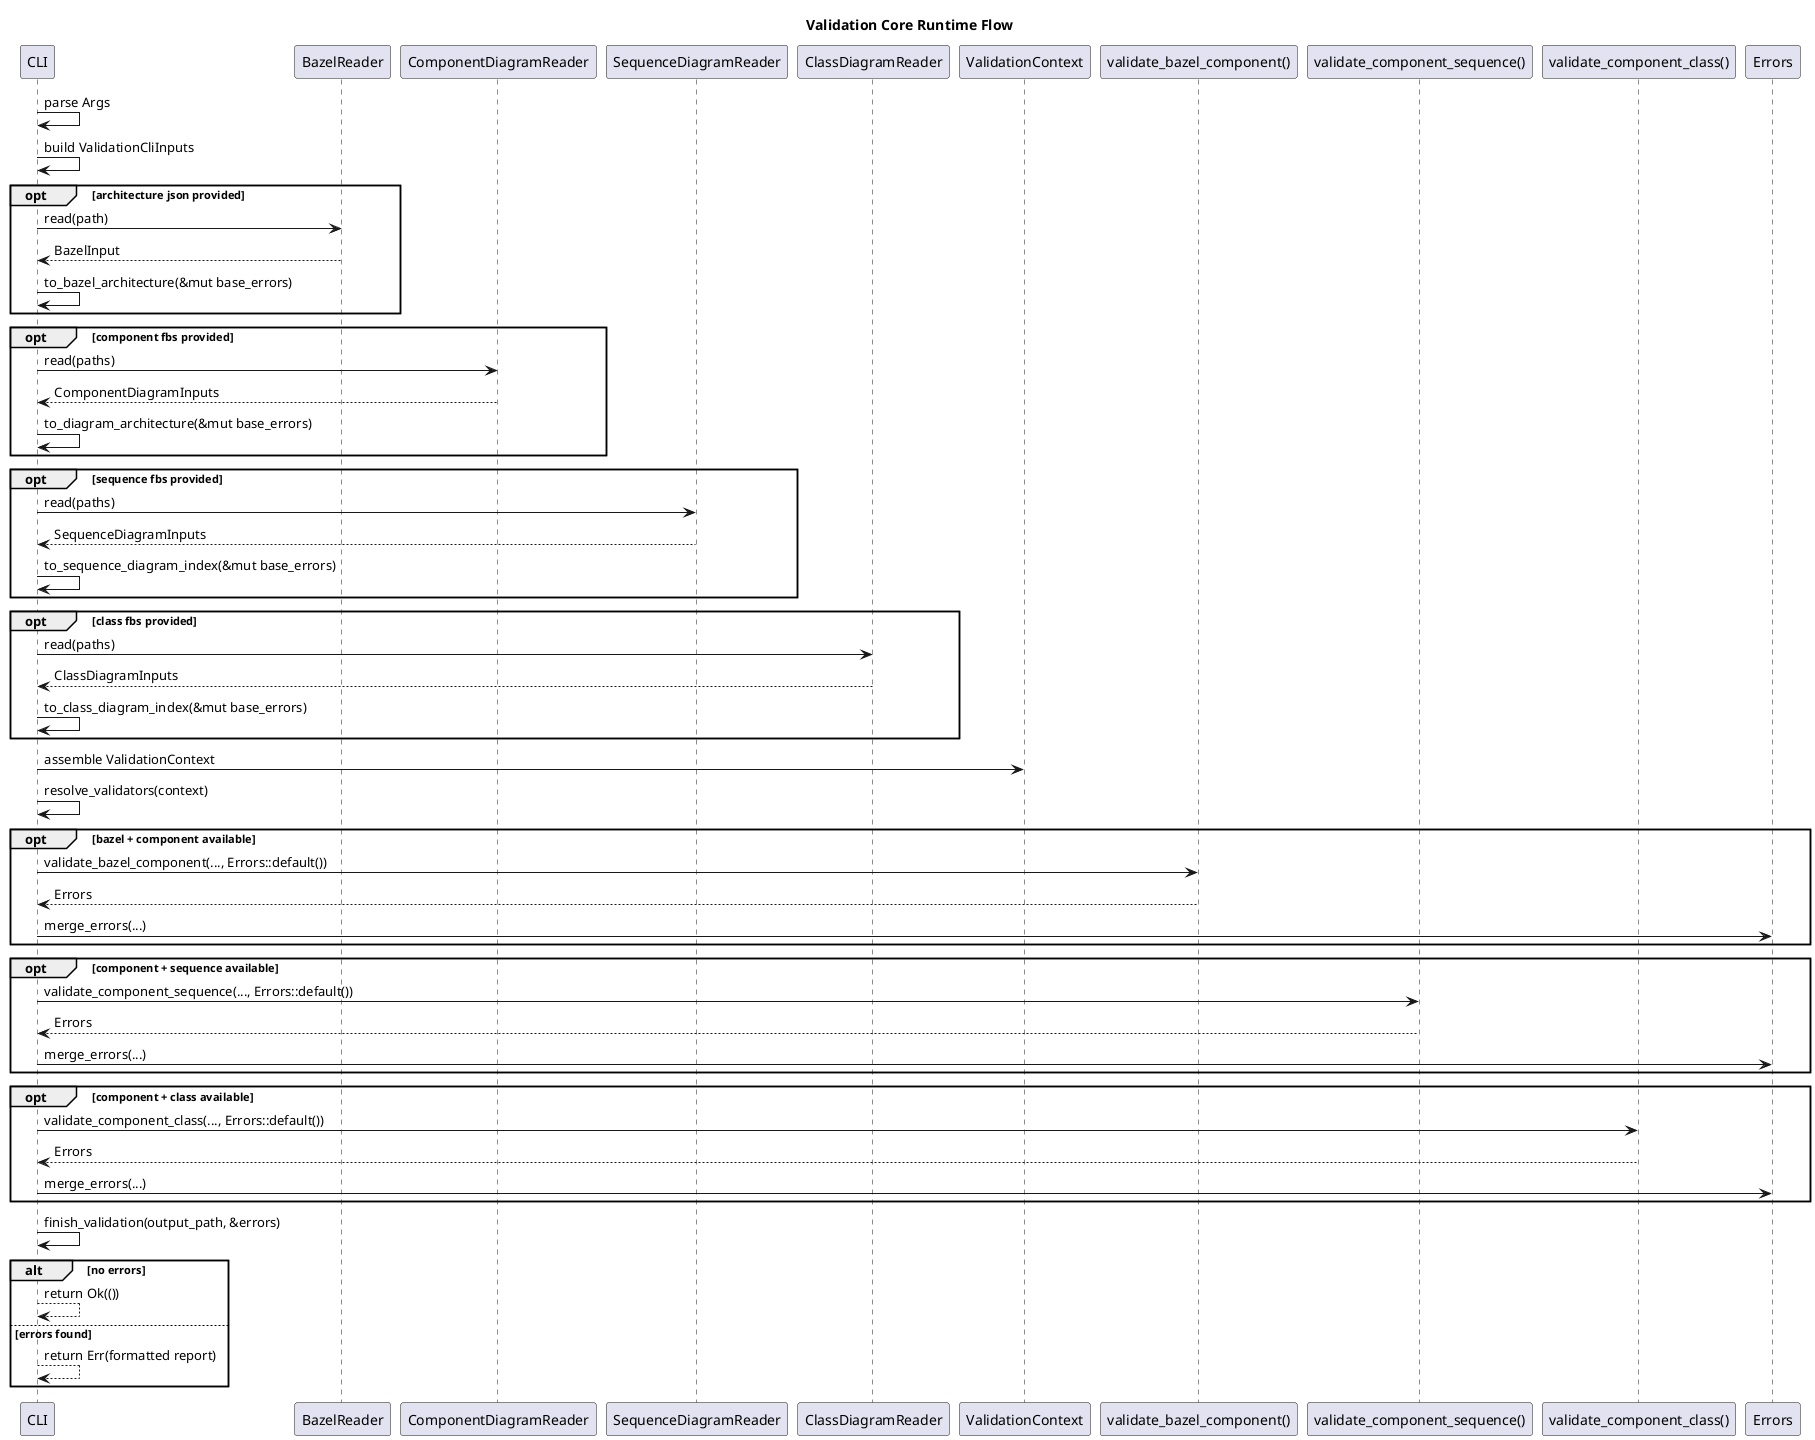
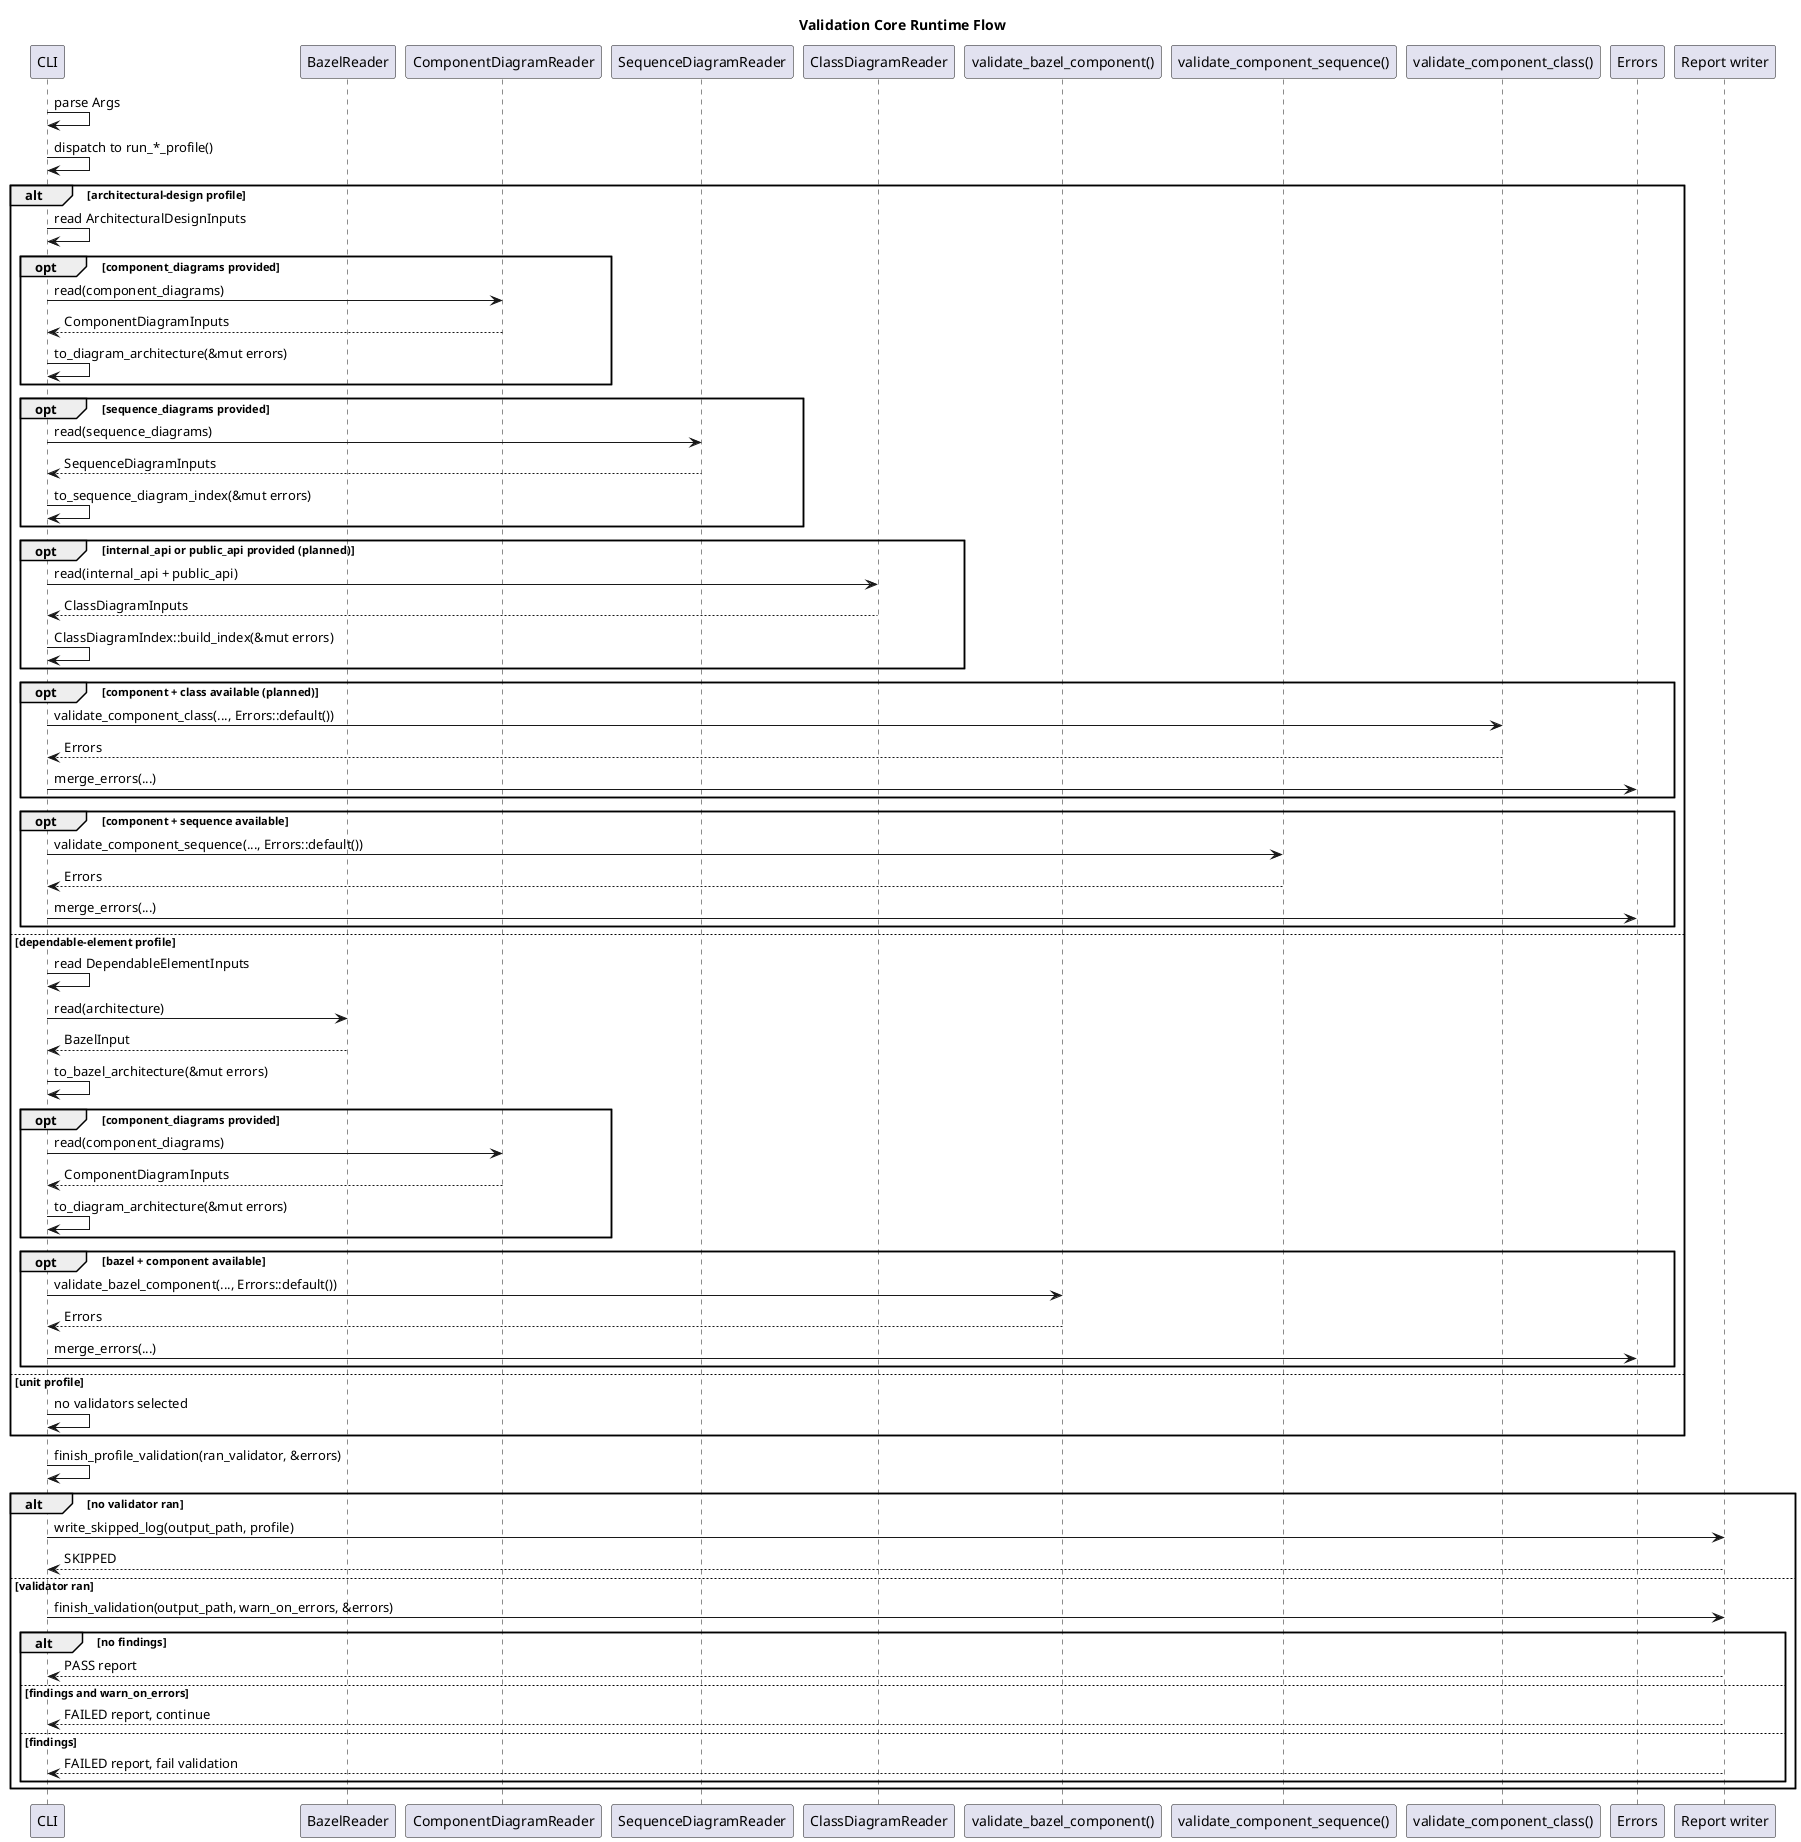
' *******************************************************************************
' Copyright (c) 2026 Contributors to the Eclipse Foundation
'
' See the NOTICE file(s) distributed with this work for additional
' information regarding copyright ownership.
'
' This program and the accompanying materials are made available under the
' terms of the Apache License Version 2.0 which is available at
' https://www.apache.org/licenses/LICENSE-2.0
'
' SPDX-License-Identifier: Apache-2.0
' *******************************************************************************

@startuml validation_core_flow
title Validation Core Runtime Flow

participant "CLI" as cli
participant "BazelReader" as bazel_reader
participant "ComponentDiagramReader" as component_reader
participant "SequenceDiagramReader" as sequence_reader
participant "ClassDiagramReader" as class_reader
- participant "ValidationContext" as context
participant "validate_bazel_component()" as bazel_validator
participant "validate_component_sequence()" as sequence_validator
participant "validate_component_class()" as class_validator
participant "Errors" as errors
+ participant "Report writer" as report_writer

cli -> cli: parse Args
- cli -> cli: build ValidationCliInputs
+ cli -> cli: dispatch to run_*_profile()

- opt architecture json provided
-   cli -> bazel_reader: read(path)
+ alt architectural-design profile
+   cli -> cli: read ArchitecturalDesignInputs
+ 
+   opt component_diagrams provided
+     cli -> component_reader: read(component_diagrams)
+     component_reader --> cli: ComponentDiagramInputs
+     cli -> cli: to_diagram_architecture(&mut errors)
+   end
+ 
+   opt sequence_diagrams provided
+     cli -> sequence_reader: read(sequence_diagrams)
+     sequence_reader --> cli: SequenceDiagramInputs
+     cli -> cli: to_sequence_diagram_index(&mut errors)
+   end
+ 
+   opt internal_api or public_api provided (planned)
+     cli -> class_reader: read(internal_api + public_api)
+     class_reader --> cli: ClassDiagramInputs
+     cli -> cli: ClassDiagramIndex::build_index(&mut errors)
+   end
+ 
+   opt component + class available (planned)
+     cli -> class_validator: validate_component_class(..., Errors::default())
+     class_validator --> cli: Errors
+     cli -> errors: merge_errors(...)
+   end
+ 
+   opt component + sequence available
+     cli -> sequence_validator: validate_component_sequence(..., Errors::default())
+     sequence_validator --> cli: Errors
+     cli -> errors: merge_errors(...)
+   end
+ 
+ else dependable-element profile
+   cli -> cli: read DependableElementInputs
+ 
+   cli -> bazel_reader: read(architecture)
  bazel_reader --> cli: BazelInput
-   cli -> cli: to_bazel_architecture(&mut base_errors)
+   cli -> cli: to_bazel_architecture(&mut errors)
+ 
+   opt component_diagrams provided
+     cli -> component_reader: read(component_diagrams)
+     component_reader --> cli: ComponentDiagramInputs
+     cli -> cli: to_diagram_architecture(&mut errors)
+   end
+ 
+   opt bazel + component available
+     cli -> bazel_validator: validate_bazel_component(..., Errors::default())
+     bazel_validator --> cli: Errors
+     cli -> errors: merge_errors(...)
+   end
+ 
+ else unit profile
+   cli -> cli: no validators selected
end

- opt component fbs provided
-   cli -> component_reader: read(paths)
-   component_reader --> cli: ComponentDiagramInputs
-   cli -> cli: to_diagram_architecture(&mut base_errors)
- end
+ cli -> cli: finish_profile_validation(ran_validator, &errors)

- opt sequence fbs provided
-   cli -> sequence_reader: read(paths)
-   sequence_reader --> cli: SequenceDiagramInputs
-   cli -> cli: to_sequence_diagram_index(&mut base_errors)
- end
+ alt no validator ran
+   cli -> report_writer: write_skipped_log(output_path, profile)
+   report_writer --> cli: SKIPPED
+ else validator ran
+   cli -> report_writer: finish_validation(output_path, warn_on_errors, &errors)

- opt class fbs provided
-   cli -> class_reader: read(paths)
-   class_reader --> cli: ClassDiagramInputs
-   cli -> cli: to_class_diagram_index(&mut base_errors)
- end
- 
- cli -> context: assemble ValidationContext
- cli -> cli: resolve_validators(context)
- 
- opt bazel + component available
-   cli -> bazel_validator: validate_bazel_component(..., Errors::default())
-   bazel_validator --> cli: Errors
-   cli -> errors: merge_errors(...)
- end
- 
- opt component + sequence available
-   cli -> sequence_validator: validate_component_sequence(..., Errors::default())
-   sequence_validator --> cli: Errors
-   cli -> errors: merge_errors(...)
- end
- 
- opt component + class available
-   cli -> class_validator: validate_component_class(..., Errors::default())
-   class_validator --> cli: Errors
-   cli -> errors: merge_errors(...)
- end
- 
- cli -> cli: finish_validation(output_path, &errors)
- 
- alt no errors
-   cli --> cli: return Ok(())
- else errors found
-   cli --> cli: return Err(formatted report)
+   alt no findings
+     report_writer --> cli: PASS report
+   else findings and warn_on_errors
+     report_writer --> cli: FAILED report, continue
+   else findings
+     report_writer --> cli: FAILED report, fail validation
+   end
end

@enduml
